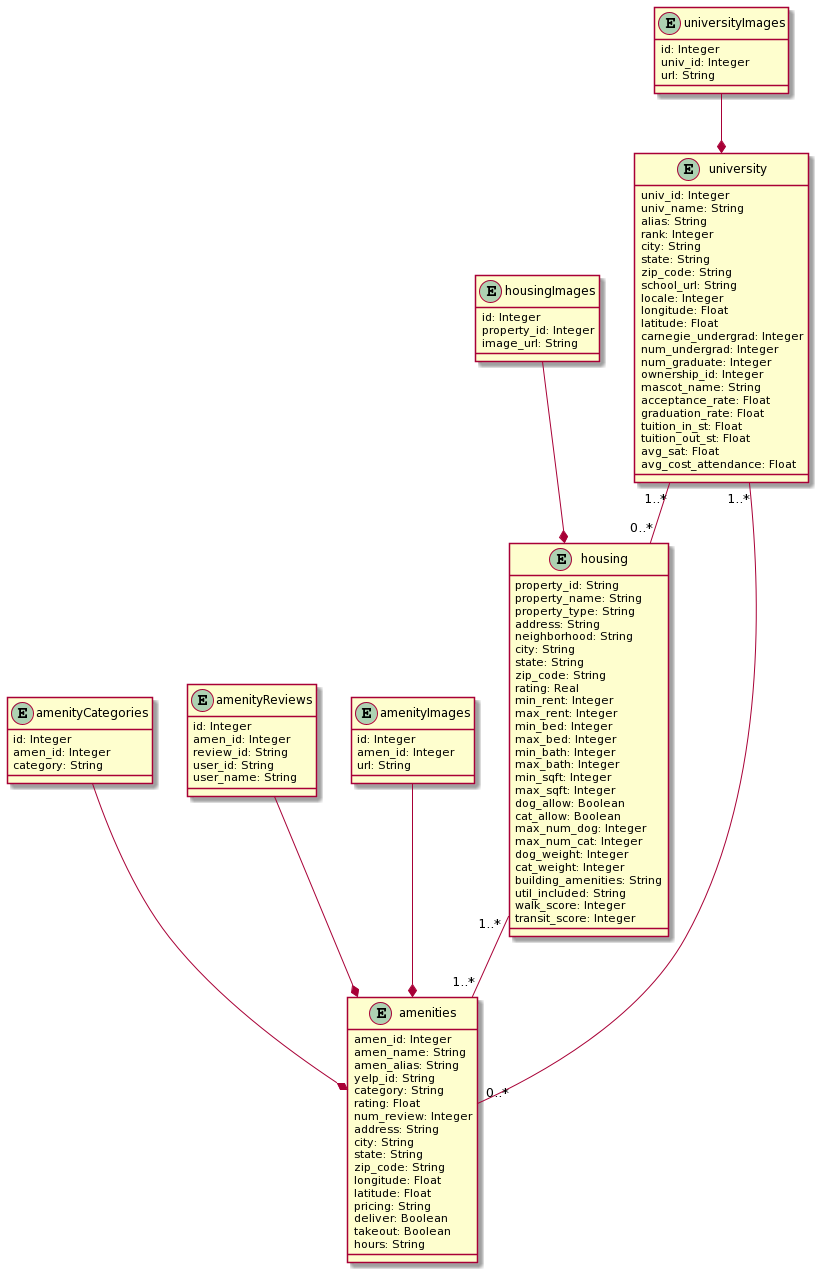
Before: campus-catalog-UML.png, a diagram exported from PlantUML (ameer886/Campus-Catalog).
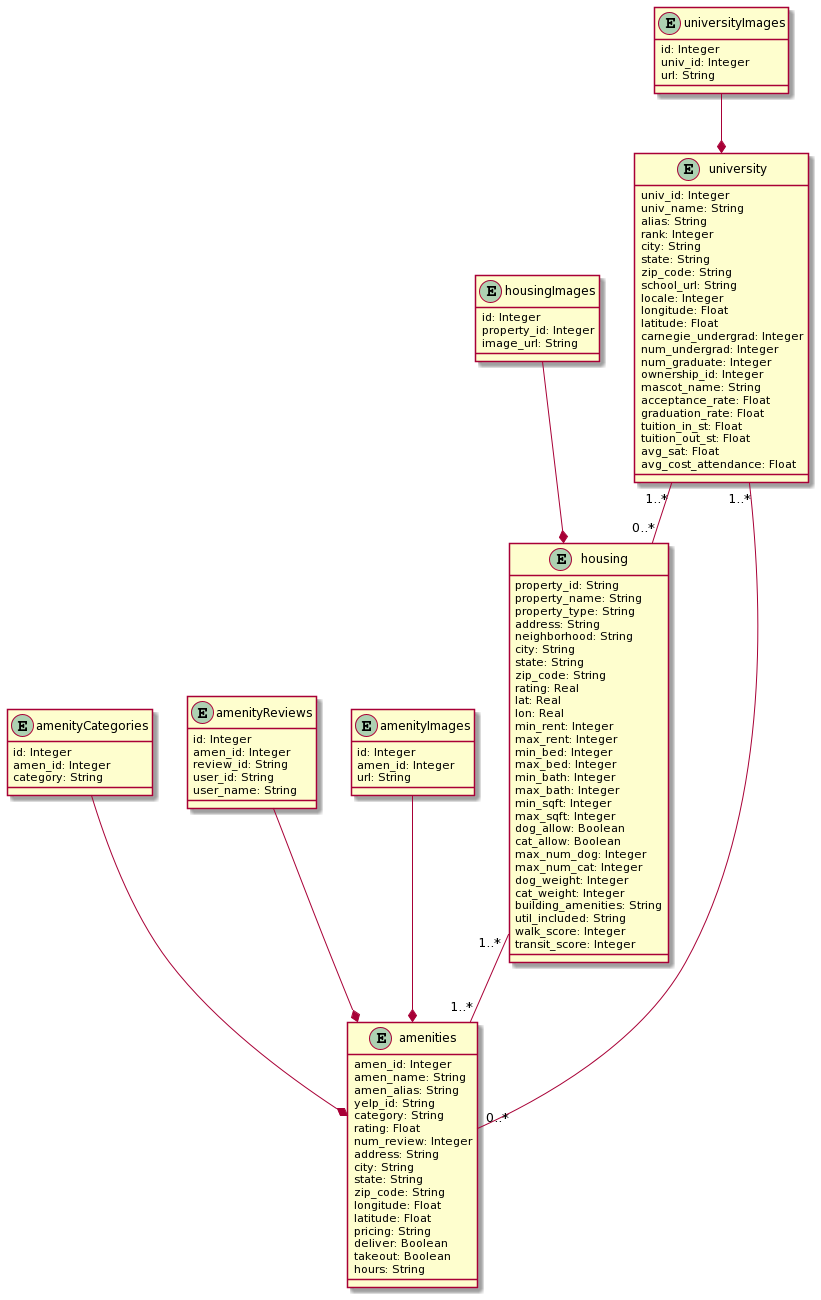
The same diagram one commit later.

What changed in the source:
```diff
@@ -80,6 +80,8 @@
   state: String
   zip_code: String
   rating: Real
+  lat: Real
+  lon: Real
   min_rent: Integer
   max_rent: Integer
   min_bed: Integer
```
